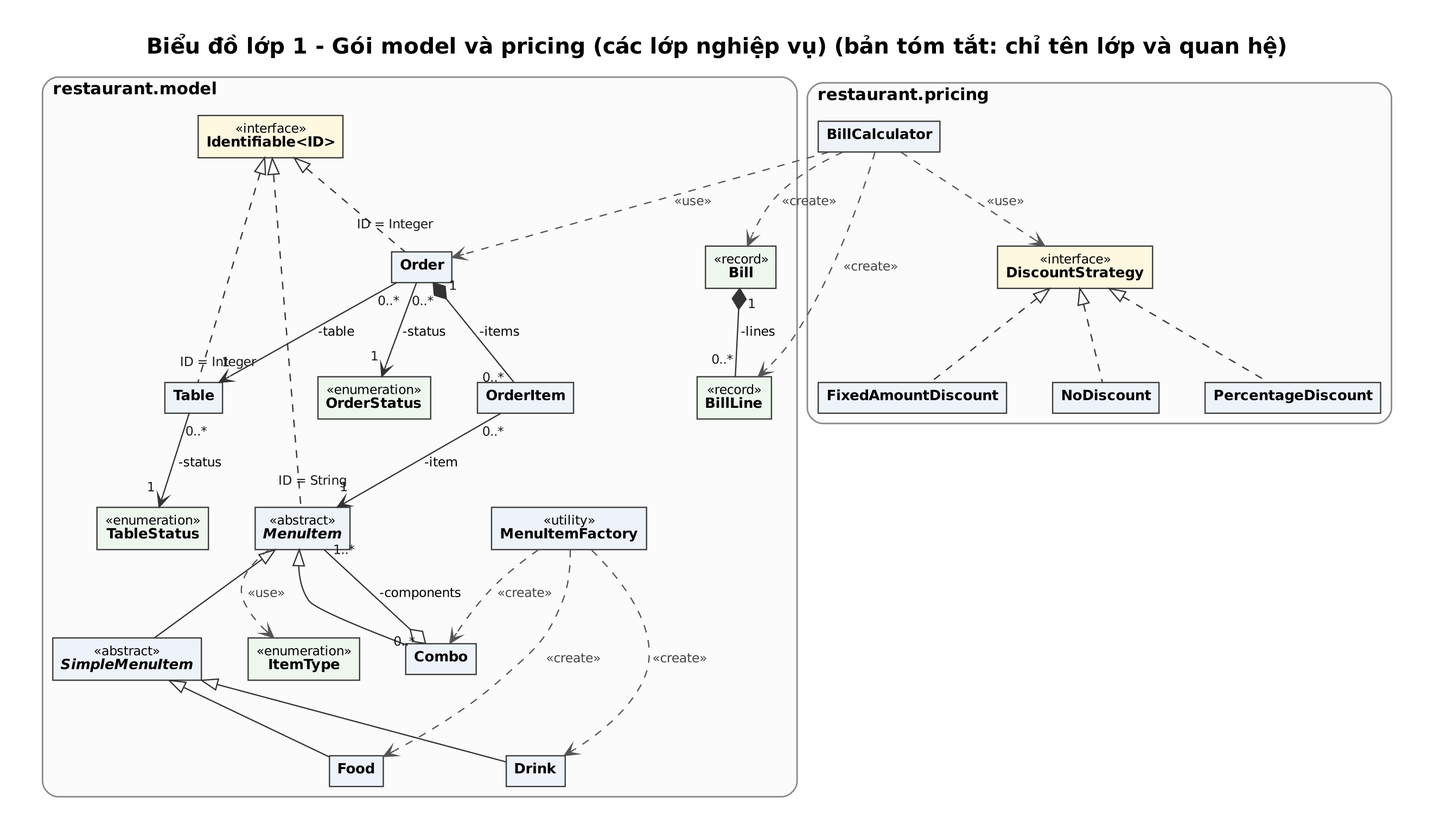
ducanhdhtb06-hub/btl-oop- keeps this Graphviz diagram as docs/uml/1-lop-model-tom-tat.png. Above is the earlier version. Its source is kept beside it as docs/uml/1-lop-model-tom-tat.dot. Its diagram source:
```dot
digraph UML {
  graph [fontname="DejaVu Sans", fontsize=17, label=<<B>Biểu đồ lớp 1 - Gói model và pricing (các lớp nghiệp vụ) (bản tóm tắt: chỉ tên lớp và quan hệ)</B>>, labelloc=t, labeljust=c,
         rankdir=TB, nodesep=0.5, ranksep=0.8, newrank=true, pad=0.35, bgcolor=white];
  node [shape=plain, fontname="DejaVu Sans", fontsize=11];
  edge [fontname="DejaVu Sans", fontsize=10, color="#333333", arrowsize=0.95, labelfontsize=10, labelfontcolor="#1a1a1a"];
  subgraph cluster_model {
    label=<<B>restaurant.model</B>>; labeljust=l; fontsize=13; style="rounded"; color="#8a8a8a"; bgcolor="#fbfbfb"; penwidth=1.2;
    c_Identifiable [label=<<TABLE BORDER="1" CELLBORDER="0" CELLSPACING="0" COLOR="#3a3a3a" BGCOLOR="#fff8e1"><TR><TD ALIGN="CENTER" CELLPADDING="5"><FONT POINT-SIZE="10">«interface»</FONT><BR/><B>Identifiable&lt;ID&gt;</B></TD></TR></TABLE>>];
    c_MenuItem [label=<<TABLE BORDER="1" CELLBORDER="0" CELLSPACING="0" COLOR="#3a3a3a" BGCOLOR="#eef3fa"><TR><TD ALIGN="CENTER" CELLPADDING="5"><FONT POINT-SIZE="10">«abstract»</FONT><BR/><I><B>MenuItem</B></I></TD></TR></TABLE>>];
    c_SimpleMenuItem [label=<<TABLE BORDER="1" CELLBORDER="0" CELLSPACING="0" COLOR="#3a3a3a" BGCOLOR="#eef3fa"><TR><TD ALIGN="CENTER" CELLPADDING="5"><FONT POINT-SIZE="10">«abstract»</FONT><BR/><I><B>SimpleMenuItem</B></I></TD></TR></TABLE>>];
    c_Food [label=<<TABLE BORDER="1" CELLBORDER="0" CELLSPACING="0" COLOR="#3a3a3a" BGCOLOR="#eef3fa"><TR><TD ALIGN="CENTER" CELLPADDING="5"><B>Food</B></TD></TR></TABLE>>];
    c_Drink [label=<<TABLE BORDER="1" CELLBORDER="0" CELLSPACING="0" COLOR="#3a3a3a" BGCOLOR="#eef3fa"><TR><TD ALIGN="CENTER" CELLPADDING="5"><B>Drink</B></TD></TR></TABLE>>];
    c_Combo [label=<<TABLE BORDER="1" CELLBORDER="0" CELLSPACING="0" COLOR="#3a3a3a" BGCOLOR="#eef3fa"><TR><TD ALIGN="CENTER" CELLPADDING="5"><B>Combo</B></TD></TR></TABLE>>];
    c_ItemType [label=<<TABLE BORDER="1" CELLBORDER="0" CELLSPACING="0" COLOR="#3a3a3a" BGCOLOR="#eef7ee"><TR><TD ALIGN="CENTER" CELLPADDING="5"><FONT POINT-SIZE="10">«enumeration»</FONT><BR/><B>ItemType</B></TD></TR></TABLE>>];
    c_MenuItemFactory [label=<<TABLE BORDER="1" CELLBORDER="0" CELLSPACING="0" COLOR="#3a3a3a" BGCOLOR="#eef3fa"><TR><TD ALIGN="CENTER" CELLPADDING="5"><FONT POINT-SIZE="10">«utility»</FONT><BR/><B>MenuItemFactory</B></TD></TR></TABLE>>];
    c_Table [label=<<TABLE BORDER="1" CELLBORDER="0" CELLSPACING="0" COLOR="#3a3a3a" BGCOLOR="#eef3fa"><TR><TD ALIGN="CENTER" CELLPADDING="5"><B>Table</B></TD></TR></TABLE>>];
    c_TableStatus [label=<<TABLE BORDER="1" CELLBORDER="0" CELLSPACING="0" COLOR="#3a3a3a" BGCOLOR="#eef7ee"><TR><TD ALIGN="CENTER" CELLPADDING="5"><FONT POINT-SIZE="10">«enumeration»</FONT><BR/><B>TableStatus</B></TD></TR></TABLE>>];
    c_Order [label=<<TABLE BORDER="1" CELLBORDER="0" CELLSPACING="0" COLOR="#3a3a3a" BGCOLOR="#eef3fa"><TR><TD ALIGN="CENTER" CELLPADDING="5"><B>Order</B></TD></TR></TABLE>>];
    c_OrderStatus [label=<<TABLE BORDER="1" CELLBORDER="0" CELLSPACING="0" COLOR="#3a3a3a" BGCOLOR="#eef7ee"><TR><TD ALIGN="CENTER" CELLPADDING="5"><FONT POINT-SIZE="10">«enumeration»</FONT><BR/><B>OrderStatus</B></TD></TR></TABLE>>];
    c_OrderItem [label=<<TABLE BORDER="1" CELLBORDER="0" CELLSPACING="0" COLOR="#3a3a3a" BGCOLOR="#eef3fa"><TR><TD ALIGN="CENTER" CELLPADDING="5"><B>OrderItem</B></TD></TR></TABLE>>];
    c_Bill [label=<<TABLE BORDER="1" CELLBORDER="0" CELLSPACING="0" COLOR="#3a3a3a" BGCOLOR="#eef7ee"><TR><TD ALIGN="CENTER" CELLPADDING="5"><FONT POINT-SIZE="10">«record»</FONT><BR/><B>Bill</B></TD></TR></TABLE>>];
    c_BillLine [label=<<TABLE BORDER="1" CELLBORDER="0" CELLSPACING="0" COLOR="#3a3a3a" BGCOLOR="#eef7ee"><TR><TD ALIGN="CENTER" CELLPADDING="5"><FONT POINT-SIZE="10">«record»</FONT><BR/><B>BillLine</B></TD></TR></TABLE>>];
  }
  subgraph cluster_pricing {
    label=<<B>restaurant.pricing</B>>; labeljust=l; fontsize=13; style="rounded"; color="#8a8a8a"; bgcolor="#fbfbfb"; penwidth=1.2;
    c_DiscountStrategy [label=<<TABLE BORDER="1" CELLBORDER="0" CELLSPACING="0" COLOR="#3a3a3a" BGCOLOR="#fff8e1"><TR><TD ALIGN="CENTER" CELLPADDING="5"><FONT POINT-SIZE="10">«interface»</FONT><BR/><B>DiscountStrategy</B></TD></TR></TABLE>>];
    c_NoDiscount [label=<<TABLE BORDER="1" CELLBORDER="0" CELLSPACING="0" COLOR="#3a3a3a" BGCOLOR="#eef3fa"><TR><TD ALIGN="CENTER" CELLPADDING="5"><B>NoDiscount</B></TD></TR></TABLE>>];
    c_PercentageDiscount [label=<<TABLE BORDER="1" CELLBORDER="0" CELLSPACING="0" COLOR="#3a3a3a" BGCOLOR="#eef3fa"><TR><TD ALIGN="CENTER" CELLPADDING="5"><B>PercentageDiscount</B></TD></TR></TABLE>>];
    c_FixedAmountDiscount [label=<<TABLE BORDER="1" CELLBORDER="0" CELLSPACING="0" COLOR="#3a3a3a" BGCOLOR="#eef3fa"><TR><TD ALIGN="CENTER" CELLPADDING="5"><B>FixedAmountDiscount</B></TD></TR></TABLE>>];
    c_BillCalculator [label=<<TABLE BORDER="1" CELLBORDER="0" CELLSPACING="0" COLOR="#3a3a3a" BGCOLOR="#eef3fa"><TR><TD ALIGN="CENTER" CELLPADDING="5"><B>BillCalculator</B></TD></TR></TABLE>>];
  }
  c_Identifiable -> c_MenuItem [dir=back, arrowtail=empty, style=dashed, arrowsize=1.25, headlabel=" ID = String ", labeldistance=2.2, labelangle=-30];
  c_Identifiable -> c_Table [dir=back, arrowtail=empty, style=dashed, arrowsize=1.25, headlabel=" ID = Integer ", labeldistance=2.2, labelangle=-30];
  c_Identifiable -> c_Order [dir=back, arrowtail=empty, style=dashed, arrowsize=1.25, headlabel=" ID = Integer ", labeldistance=2.2, labelangle=-30];
  c_DiscountStrategy -> c_NoDiscount [dir=back, arrowtail=empty, style=dashed, arrowsize=1.25];
  c_DiscountStrategy -> c_PercentageDiscount [dir=back, arrowtail=empty, style=dashed, arrowsize=1.25];
  c_DiscountStrategy -> c_FixedAmountDiscount [dir=back, arrowtail=empty, style=dashed, arrowsize=1.25];
  c_MenuItem -> c_SimpleMenuItem [dir=back, arrowtail=empty, arrowsize=1.25];
  c_SimpleMenuItem -> c_Food [dir=back, arrowtail=empty, arrowsize=1.25];
  c_SimpleMenuItem -> c_Drink [dir=back, arrowtail=empty, arrowsize=1.25];
  c_MenuItem -> c_Combo [dir=back, arrowtail=empty, arrowsize=1.25];
  c_Order -> c_OrderItem [dir=back, arrowtail=diamond, arrowsize=1.35, label=" -items ", taillabel=" 1 ", headlabel=" 0..* ", labeldistance=1.6, labelangle=40];
  c_Bill -> c_BillLine [dir=back, arrowtail=diamond, arrowsize=1.35, label=" -lines ", taillabel=" 1 ", headlabel=" 0..* ", labeldistance=1.6, labelangle=40];
  c_Combo -> c_MenuItem [dir=back, arrowtail=odiamond, arrowsize=1.35, label=" -components ", taillabel=" 0..* ", headlabel=" 1..* ", labeldistance=1.6, labelangle=40];
  c_OrderItem -> c_MenuItem [arrowhead=vee, label=" -item ", taillabel=" 0..* ", headlabel=" 1 ", labeldistance=1.6, labelangle=40];
  c_Order -> c_Table [arrowhead=vee, label=" -table ", taillabel=" 0..* ", headlabel=" 1 ", labeldistance=1.6, labelangle=40];
  c_Order -> c_OrderStatus [arrowhead=vee, label=" -status ", taillabel=" 0..* ", headlabel=" 1 ", labeldistance=1.6, labelangle=40];
  c_Table -> c_TableStatus [arrowhead=vee, label=" -status ", taillabel=" 0..* ", headlabel=" 1 ", labeldistance=1.6, labelangle=40];
  c_MenuItem -> c_ItemType [style=dashed, arrowhead=vee, color="#555555", label=" «use» ", fontcolor="#444444"];
  c_MenuItemFactory -> c_Food [style=dashed, arrowhead=vee, color="#555555", label=" «create» ", fontcolor="#444444"];
  c_MenuItemFactory -> c_Drink [style=dashed, arrowhead=vee, color="#555555", label=" «create» ", fontcolor="#444444"];
  c_MenuItemFactory -> c_Combo [style=dashed, arrowhead=vee, color="#555555", label=" «create» ", fontcolor="#444444"];
  c_BillCalculator -> c_Order [style=dashed, arrowhead=vee, color="#555555", label=" «use» ", fontcolor="#444444"];
  c_BillCalculator -> c_DiscountStrategy [style=dashed, arrowhead=vee, color="#555555", label=" «use» ", fontcolor="#444444"];
  c_BillCalculator -> c_Bill [style=dashed, arrowhead=vee, color="#555555", label=" «create» ", fontcolor="#444444"];
  c_BillCalculator -> c_BillLine [style=dashed, arrowhead=vee, color="#555555", label=" «create» ", fontcolor="#444444"];
}
```
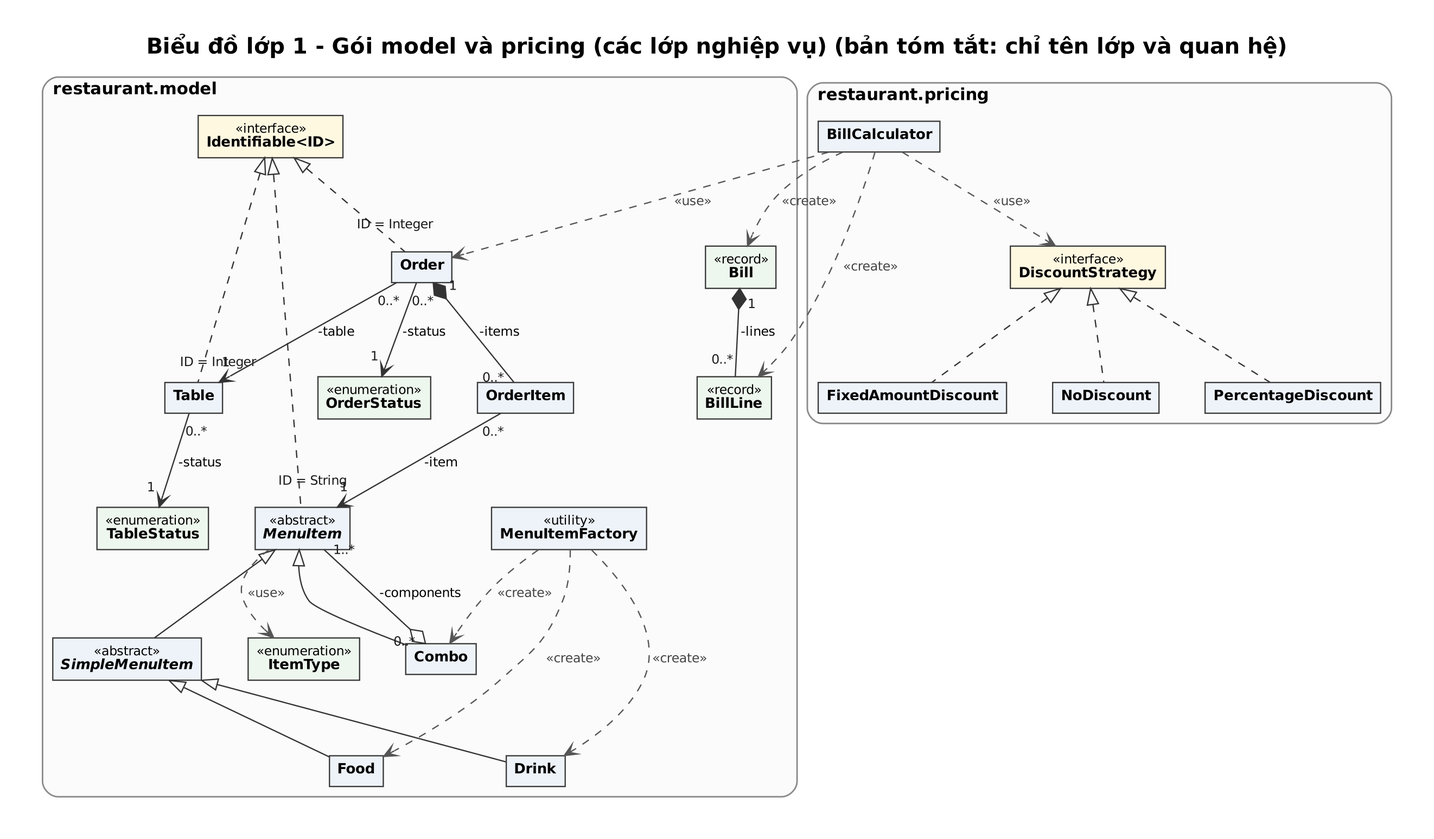
After the change.

The edit, as a diff of the source:
```diff
@@ -3,6 +3,14 @@
          rankdir=TB, nodesep=0.5, ranksep=0.8, newrank=true, pad=0.35, bgcolor=white];
   node [shape=plain, fontname="DejaVu Sans", fontsize=11];
   edge [fontname="DejaVu Sans", fontsize=10, color="#333333", arrowsize=0.95, labelfontsize=10, labelfontcolor="#1a1a1a"];
+  subgraph cluster_pricing {
+    label=<<B>restaurant.pricing</B>>; labeljust=l; fontsize=13; style="rounded"; color="#8a8a8a"; bgcolor="#fbfbfb"; penwidth=1.2;
+    c_DiscountStrategy [label=<<TABLE BORDER="1" CELLBORDER="0" CELLSPACING="0" COLOR="#3a3a3a" BGCOLOR="#fff8e1"><TR><TD ALIGN="CENTER" CELLPADDING="5"><FONT POINT-SIZE="10">«interface»</FONT><BR/><B>DiscountStrategy</B></TD></TR></TABLE>>];
+    c_NoDiscount [label=<<TABLE BORDER="1" CELLBORDER="0" CELLSPACING="0" COLOR="#3a3a3a" BGCOLOR="#eef3fa"><TR><TD ALIGN="CENTER" CELLPADDING="5"><B>NoDiscount</B></TD></TR></TABLE>>];
+    c_PercentageDiscount [label=<<TABLE BORDER="1" CELLBORDER="0" CELLSPACING="0" COLOR="#3a3a3a" BGCOLOR="#eef3fa"><TR><TD ALIGN="CENTER" CELLPADDING="5"><B>PercentageDiscount</B></TD></TR></TABLE>>];
+    c_FixedAmountDiscount [label=<<TABLE BORDER="1" CELLBORDER="0" CELLSPACING="0" COLOR="#3a3a3a" BGCOLOR="#eef3fa"><TR><TD ALIGN="CENTER" CELLPADDING="5"><B>FixedAmountDiscount</B></TD></TR></TABLE>>];
+    c_BillCalculator [label=<<TABLE BORDER="1" CELLBORDER="0" CELLSPACING="0" COLOR="#3a3a3a" BGCOLOR="#eef3fa"><TR><TD ALIGN="CENTER" CELLPADDING="5"><B>BillCalculator</B></TD></TR></TABLE>>];
+  }
   subgraph cluster_model {
     label=<<B>restaurant.model</B>>; labeljust=l; fontsize=13; style="rounded"; color="#8a8a8a"; bgcolor="#fbfbfb"; penwidth=1.2;
     c_Identifiable [label=<<TABLE BORDER="1" CELLBORDER="0" CELLSPACING="0" COLOR="#3a3a3a" BGCOLOR="#fff8e1"><TR><TD ALIGN="CENTER" CELLPADDING="5"><FONT POINT-SIZE="10">«interface»</FONT><BR/><B>Identifiable&lt;ID&gt;</B></TD></TR></TABLE>>];
@@ -20,14 +28,6 @@
     c_OrderItem [label=<<TABLE BORDER="1" CELLBORDER="0" CELLSPACING="0" COLOR="#3a3a3a" BGCOLOR="#eef3fa"><TR><TD ALIGN="CENTER" CELLPADDING="5"><B>OrderItem</B></TD></TR></TABLE>>];
     c_Bill [label=<<TABLE BORDER="1" CELLBORDER="0" CELLSPACING="0" COLOR="#3a3a3a" BGCOLOR="#eef7ee"><TR><TD ALIGN="CENTER" CELLPADDING="5"><FONT POINT-SIZE="10">«record»</FONT><BR/><B>Bill</B></TD></TR></TABLE>>];
     c_BillLine [label=<<TABLE BORDER="1" CELLBORDER="0" CELLSPACING="0" COLOR="#3a3a3a" BGCOLOR="#eef7ee"><TR><TD ALIGN="CENTER" CELLPADDING="5"><FONT POINT-SIZE="10">«record»</FONT><BR/><B>BillLine</B></TD></TR></TABLE>>];
-  }
-  subgraph cluster_pricing {
-    label=<<B>restaurant.pricing</B>>; labeljust=l; fontsize=13; style="rounded"; color="#8a8a8a"; bgcolor="#fbfbfb"; penwidth=1.2;
-    c_DiscountStrategy [label=<<TABLE BORDER="1" CELLBORDER="0" CELLSPACING="0" COLOR="#3a3a3a" BGCOLOR="#fff8e1"><TR><TD ALIGN="CENTER" CELLPADDING="5"><FONT POINT-SIZE="10">«interface»</FONT><BR/><B>DiscountStrategy</B></TD></TR></TABLE>>];
-    c_NoDiscount [label=<<TABLE BORDER="1" CELLBORDER="0" CELLSPACING="0" COLOR="#3a3a3a" BGCOLOR="#eef3fa"><TR><TD ALIGN="CENTER" CELLPADDING="5"><B>NoDiscount</B></TD></TR></TABLE>>];
-    c_PercentageDiscount [label=<<TABLE BORDER="1" CELLBORDER="0" CELLSPACING="0" COLOR="#3a3a3a" BGCOLOR="#eef3fa"><TR><TD ALIGN="CENTER" CELLPADDING="5"><B>PercentageDiscount</B></TD></TR></TABLE>>];
-    c_FixedAmountDiscount [label=<<TABLE BORDER="1" CELLBORDER="0" CELLSPACING="0" COLOR="#3a3a3a" BGCOLOR="#eef3fa"><TR><TD ALIGN="CENTER" CELLPADDING="5"><B>FixedAmountDiscount</B></TD></TR></TABLE>>];
-    c_BillCalculator [label=<<TABLE BORDER="1" CELLBORDER="0" CELLSPACING="0" COLOR="#3a3a3a" BGCOLOR="#eef3fa"><TR><TD ALIGN="CENTER" CELLPADDING="5"><B>BillCalculator</B></TD></TR></TABLE>>];
   }
   c_Identifiable -> c_MenuItem [dir=back, arrowtail=empty, style=dashed, arrowsize=1.25, headlabel=" ID = String ", labeldistance=2.2, labelangle=-30];
   c_Identifiable -> c_Table [dir=back, arrowtail=empty, style=dashed, arrowsize=1.25, headlabel=" ID = Integer ", labeldistance=2.2, labelangle=-30];
```
